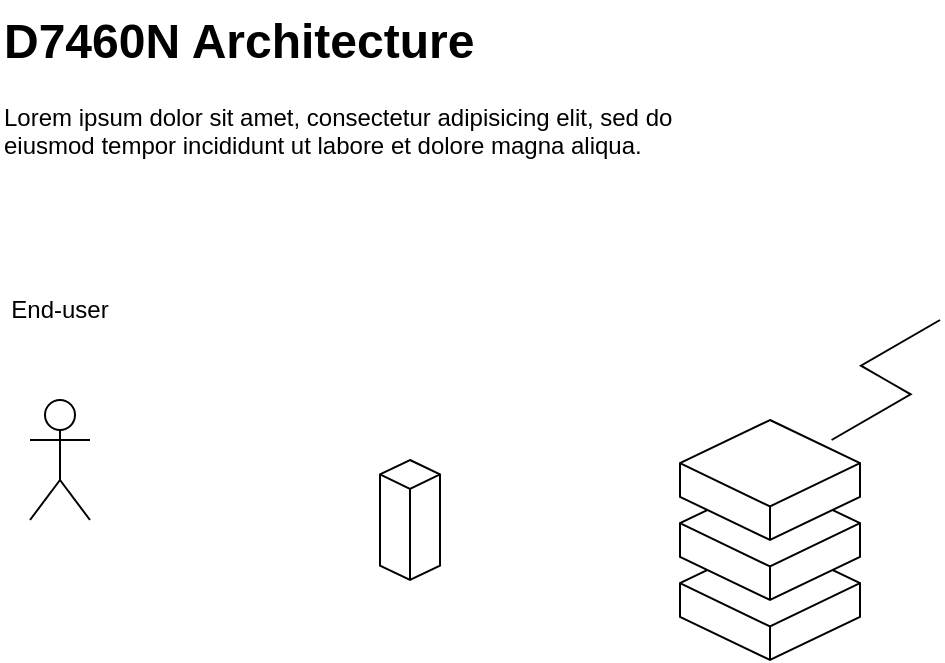
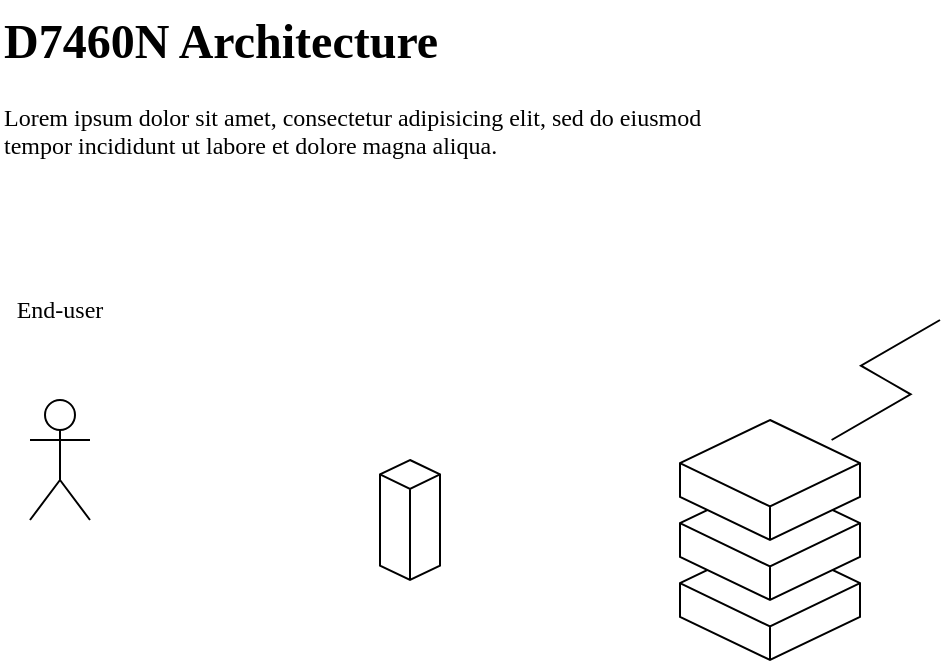
<mxfile host="app.diagrams.net">
  <diagram name="Page-1" id="1L3lwdz5k8RD5xpfTW7Q">
    <mxGraphModel dx="1840" dy="1296" grid="1" gridSize="10" guides="1" tooltips="1" connect="1" arrows="1" fold="1" page="1" pageScale="1" pageWidth="850" pageHeight="1100" math="0" shadow="0">
      <root>
        <mxCell id="0" />
        <mxCell id="1" parent="0" />
-         <mxCell id="LfbMUPxPE-MoH8NiE-iL-1" parent="1" style="text;html=1;whiteSpace=wrap;overflow=hidden;rounded=0;" value="&lt;h1 style=&quot;margin-top: 0px;&quot;&gt;D7460N Architecture&lt;/h1&gt;&lt;p&gt;Lorem ipsum dolor sit amet, consectetur adipisicing elit, sed do eiusmod tempor incididunt ut labore et dolore magna aliqua.&lt;/p&gt;" vertex="1">
+         <mxCell id="LfbMUPxPE-MoH8NiE-iL-1" parent="1" style="text;html=1;whiteSpace=wrap;overflow=hidden;rounded=0;fontFamily=Oxanium;fontSource=https%3A%2F%2Ffonts.googleapis.com%2Fcss%3Ffamily%3DOxanium;" value="&lt;h1 style=&quot;margin-top: 0px;&quot;&gt;D7460N Architecture&lt;/h1&gt;&lt;p&gt;Lorem ipsum dolor sit amet, consectetur adipisicing elit, sed do eiusmod tempor incididunt ut labore et dolore magna aliqua.&lt;/p&gt;" vertex="1">
          <mxGeometry height="120" width="360" x="40" y="40" as="geometry" />
        </mxCell>
-         <mxCell id="LfbMUPxPE-MoH8NiE-iL-2" parent="1" style="shape=umlActor;verticalLabelPosition=bottom;verticalAlign=top;html=1;outlineConnect=0;" value="" vertex="1">
+         <mxCell id="LfbMUPxPE-MoH8NiE-iL-2" parent="1" style="shape=umlActor;verticalLabelPosition=bottom;verticalAlign=top;html=1;outlineConnect=0;fontFamily=Oxanium;fontSource=https%3A%2F%2Ffonts.googleapis.com%2Fcss%3Ffamily%3DOxanium;" value="" vertex="1">
          <mxGeometry height="60" width="30" x="55" y="240" as="geometry" />
        </mxCell>
-         <mxCell id="LfbMUPxPE-MoH8NiE-iL-3" parent="1" style="text;html=1;whiteSpace=wrap;strokeColor=none;fillColor=none;align=center;verticalAlign=middle;rounded=0;" value="End-user" vertex="1">
+         <mxCell id="LfbMUPxPE-MoH8NiE-iL-3" parent="1" style="text;html=1;whiteSpace=wrap;strokeColor=none;fillColor=none;align=center;verticalAlign=middle;rounded=0;fontFamily=Oxanium;fontSource=https%3A%2F%2Ffonts.googleapis.com%2Fcss%3Ffamily%3DOxanium;" value="End-user" vertex="1">
          <mxGeometry height="30" width="60" x="40" y="180" as="geometry" />
        </mxCell>
-         <mxCell id="LfbMUPxPE-MoH8NiE-iL-7" parent="1" style="html=1;whiteSpace=wrap;shape=isoCube2;backgroundOutline=1;isoAngle=15;" value="" vertex="1">
+         <mxCell id="LfbMUPxPE-MoH8NiE-iL-7" parent="1" style="html=1;whiteSpace=wrap;shape=isoCube2;backgroundOutline=1;isoAngle=15;fontFamily=Oxanium;fontSource=https%3A%2F%2Ffonts.googleapis.com%2Fcss%3Ffamily%3DOxanium;" value="" vertex="1">
          <mxGeometry height="60" width="90" x="380" y="310" as="geometry" />
        </mxCell>
-         <mxCell id="LfbMUPxPE-MoH8NiE-iL-8" parent="1" style="html=1;whiteSpace=wrap;shape=isoCube2;backgroundOutline=1;isoAngle=15;" value="" vertex="1">
+         <mxCell id="LfbMUPxPE-MoH8NiE-iL-8" parent="1" style="html=1;whiteSpace=wrap;shape=isoCube2;backgroundOutline=1;isoAngle=15;fontFamily=Oxanium;fontSource=https%3A%2F%2Ffonts.googleapis.com%2Fcss%3Ffamily%3DOxanium;" value="" vertex="1">
          <mxGeometry height="60" width="90" x="380" y="280" as="geometry" />
        </mxCell>
-         <mxCell id="LfbMUPxPE-MoH8NiE-iL-9" parent="1" style="html=1;whiteSpace=wrap;shape=isoCube2;backgroundOutline=1;isoAngle=15;" value="" vertex="1">
+         <mxCell id="LfbMUPxPE-MoH8NiE-iL-9" parent="1" style="html=1;whiteSpace=wrap;shape=isoCube2;backgroundOutline=1;isoAngle=15;fontFamily=Oxanium;fontSource=https%3A%2F%2Ffonts.googleapis.com%2Fcss%3Ffamily%3DOxanium;" value="" vertex="1">
          <mxGeometry height="60" width="90" x="380" y="250" as="geometry" />
        </mxCell>
-         <mxCell id="LfbMUPxPE-MoH8NiE-iL-10" parent="1" style="html=1;whiteSpace=wrap;shape=isoCube2;backgroundOutline=1;isoAngle=15;" value="" vertex="1">
+         <mxCell id="LfbMUPxPE-MoH8NiE-iL-10" parent="1" style="html=1;whiteSpace=wrap;shape=isoCube2;backgroundOutline=1;isoAngle=15;fontFamily=Oxanium;fontSource=https%3A%2F%2Ffonts.googleapis.com%2Fcss%3Ffamily%3DOxanium;" value="" vertex="1">
          <mxGeometry height="60" width="30" x="230" y="270" as="geometry" />
        </mxCell>
-         <mxCell id="LfbMUPxPE-MoH8NiE-iL-27" edge="1" parent="1" style="edgeStyle=isometricEdgeStyle;endArrow=none;html=1;rounded=0;" value="">
+         <mxCell id="LfbMUPxPE-MoH8NiE-iL-27" edge="1" parent="1" style="edgeStyle=isometricEdgeStyle;endArrow=none;html=1;rounded=0;fontFamily=Oxanium;fontSource=https%3A%2F%2Ffonts.googleapis.com%2Fcss%3Ffamily%3DOxanium;" value="">
          <mxGeometry height="100" relative="1" width="50" as="geometry">
            <mxPoint x="455.8" y="260" as="sourcePoint" />
            <mxPoint x="510" y="200" as="targetPoint" />
          </mxGeometry>
        </mxCell>
      </root>
    </mxGraphModel>
  </diagram>
</mxfile>
